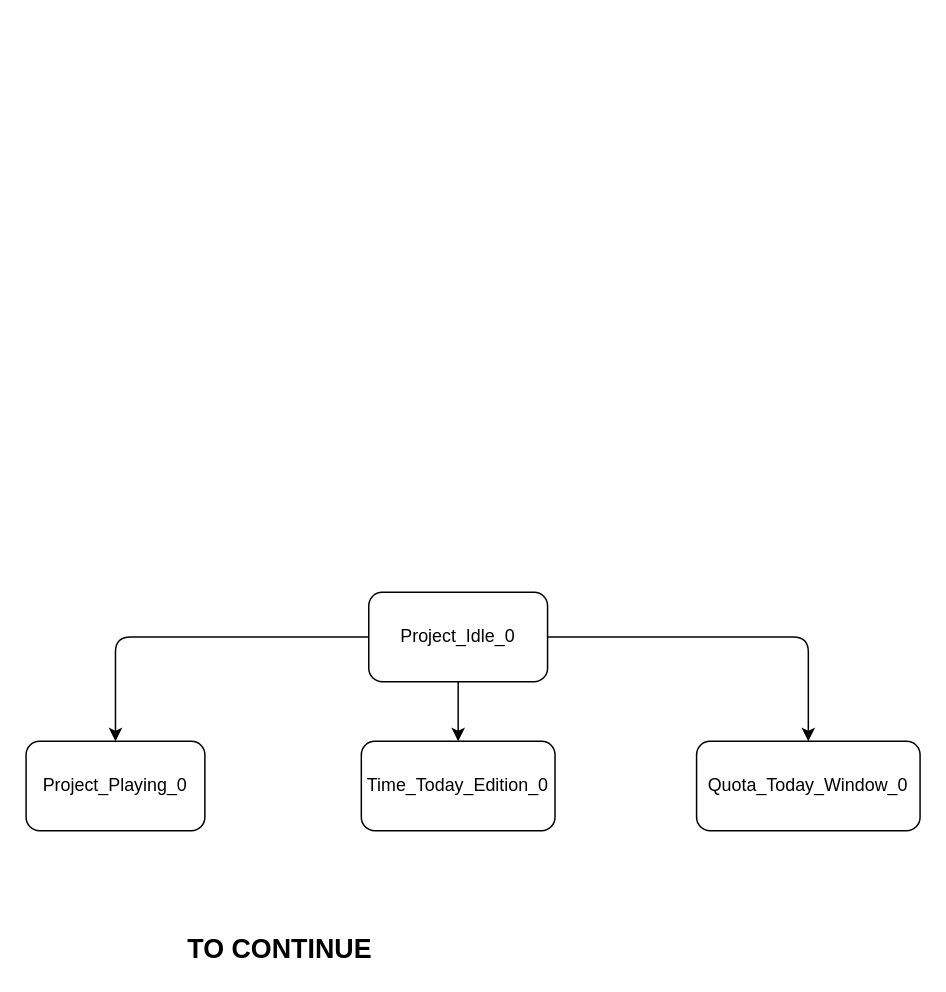
Before: docs/04_assignment/schema/02_edit_time_today/02_transition_tree.drawio in Jumaruba/jtimesched, a draw.io diagram. Source tidied: cells renumbered, new cells numbered last; positions are measured from the earlier drawing's top-left corner, leaving out a move shared by most shapes. Both pictures are drawn from the tidied source at 149%, with x=0, y=0 at pixel (25, 592).
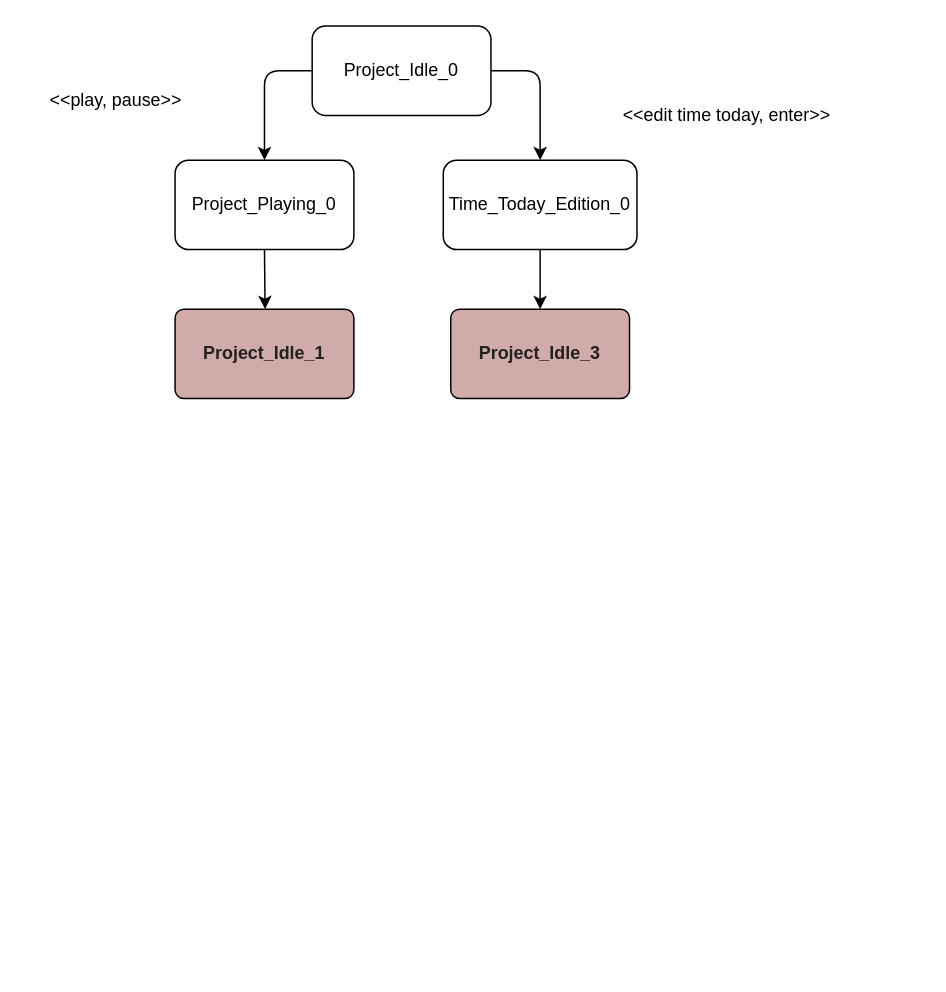
The same page after the edit.

Change to the diagram source:
```diff
@@
 <mxGraphModel>
   <root>
     <mxCell id="0" />
     <mxCell id="1" parent="0" />
     <mxCell id="2" style="edgeStyle=none;html=1;exitX=0;exitY=0.5;exitDx=0;exitDy=0;entryX=0.5;entryY=0;entryDx=0;entryDy=0;" parent="1" edge="1" source="5" target="6">
       <mxGeometry relative="1" as="geometry">
         <Array as="points">
-          <mxPoint x="60" y="30" />
+          <mxPoint x="160" y="-350" />
         </Array>
       </mxGeometry>
     </mxCell>
-    <mxCell id="3" style="edgeStyle=none;html=1;exitX=0.5;exitY=1;exitDx=0;exitDy=0;entryX=0.5;entryY=0;entryDx=0;entryDy=0;" parent="1" edge="1" source="5" target="7">
-      <mxGeometry relative="1" as="geometry" />
+    <mxCell id="3" style="edgeStyle=none;html=1;exitX=1;exitY=0.5;exitDx=0;exitDy=0;entryX=0.5;entryY=0;entryDx=0;entryDy=0;" parent="1" edge="1" source="5" target="7">
+      <mxGeometry relative="1" as="geometry">
+        <Array as="points">
+          <mxPoint x="345" y="-350" />
+        </Array>
+      </mxGeometry>
     </mxCell>
-    <mxCell id="4" style="edgeStyle=none;html=1;exitX=1;exitY=0.5;exitDx=0;exitDy=0;entryX=0.5;entryY=0;entryDx=0;entryDy=0;" parent="1" edge="1" source="5" target="8">
-      <mxGeometry relative="1" as="geometry">
-        <Array as="points">
-          <mxPoint x="525" y="30" />
-        </Array>
-      </mxGeometry>
-    </mxCell>
     <mxCell id="5" value="Project_Idle_0" style="rounded=1;whiteSpace=wrap;html=1;" parent="1" vertex="1">
-      <mxGeometry x="230" width="120" height="60" as="geometry" />
+      <mxGeometry x="192" y="-380" width="120" height="60" as="geometry" />
     </mxCell>
+    <mxCell id="10" style="edgeStyle=none;html=1;exitX=0.5;exitY=1;exitDx=0;exitDy=0;" parent="1" edge="1" source="6">
+      <mxGeometry relative="1" as="geometry">
+        <mxPoint x="160.4" y="-190" as="targetPoint" />
+      </mxGeometry>
+    </mxCell>
     <mxCell id="6" value="Project_Playing_0" style="rounded=1;whiteSpace=wrap;html=1;" parent="1" vertex="1">
-      <mxGeometry y="100" width="120" height="60" as="geometry" />
+      <mxGeometry x="100" y="-290" width="120" height="60" as="geometry" />
     </mxCell>
+    <mxCell id="11" style="edgeStyle=none;html=1;exitX=0.5;exitY=1;exitDx=0;exitDy=0;entryX=0.5;entryY=0;entryDx=0;entryDy=0;" parent="1" edge="1" source="7" target="13">
+      <mxGeometry relative="1" as="geometry" />
+    </mxCell>
     <mxCell id="7" value="Time_Today_Edition_0" style="rounded=1;whiteSpace=wrap;html=1;" parent="1" vertex="1">
-      <mxGeometry x="225" y="100" width="130" height="60" as="geometry" />
+      <mxGeometry x="280" y="-290" width="130" height="60" as="geometry" />
     </mxCell>
-    <mxCell id="8" value="Quota_Today_Window_0" style="rounded=1;whiteSpace=wrap;html=1;" parent="1" vertex="1">
-      <mxGeometry x="450" y="100" width="150" height="60" as="geometry" />
-    </mxCell>
-    <mxCell id="9" value="&lt;font style=&quot;font-size: 18px&quot;&gt;&lt;b&gt;TO CONTINUE&lt;/b&gt;&lt;/font&gt;" style="text;html=1;align=center;verticalAlign=middle;strokeColor=none;fillColor=none;" parent="1" vertex="1">
-      <mxGeometry x="100" y="230" width="140" height="20" as="geometry" />
-    </mxCell>
+    <mxCell id="12" value="&lt;b&gt;&lt;font&gt;Project_Idle_1&lt;/font&gt;&lt;/b&gt;" style="rounded=1;whiteSpace=wrap;html=1;arcSize=10;fillColor=#D1ABA9;fontColor=#212121;" parent="1" vertex="1">
+      <mxGeometry x="100" y="-190" width="120" height="60" as="geometry" />
+    </mxCell>
+    <mxCell id="13" value="&lt;b&gt;&lt;font&gt;Project_Idle_3&lt;/font&gt;&lt;/b&gt;" style="rounded=1;whiteSpace=wrap;html=1;arcSize=10;fillColor=#D1ABA9;fontColor=#212121;" parent="1" vertex="1">
+      <mxGeometry x="285" y="-190" width="120" height="60" as="geometry" />
+    </mxCell>
+    <mxCell id="14" value="&amp;lt;&amp;lt;play, pause&amp;gt;&amp;gt;" style="text;html=1;align=center;verticalAlign=middle;strokeColor=none;fillColor=none;" parent="1" vertex="1">
+      <mxGeometry x="10" y="-340" width="100" height="20" as="geometry" />
+    </mxCell>
+    <mxCell id="15" value="&amp;lt;&amp;lt;edit time today, enter&amp;gt;&amp;gt;" style="text;html=1;align=center;verticalAlign=middle;strokeColor=none;fillColor=none;" parent="1" vertex="1">
+      <mxGeometry x="395" y="-330" width="150" height="20" as="geometry" />
+    </mxCell>
   </root>
 </mxGraphModel>
```
